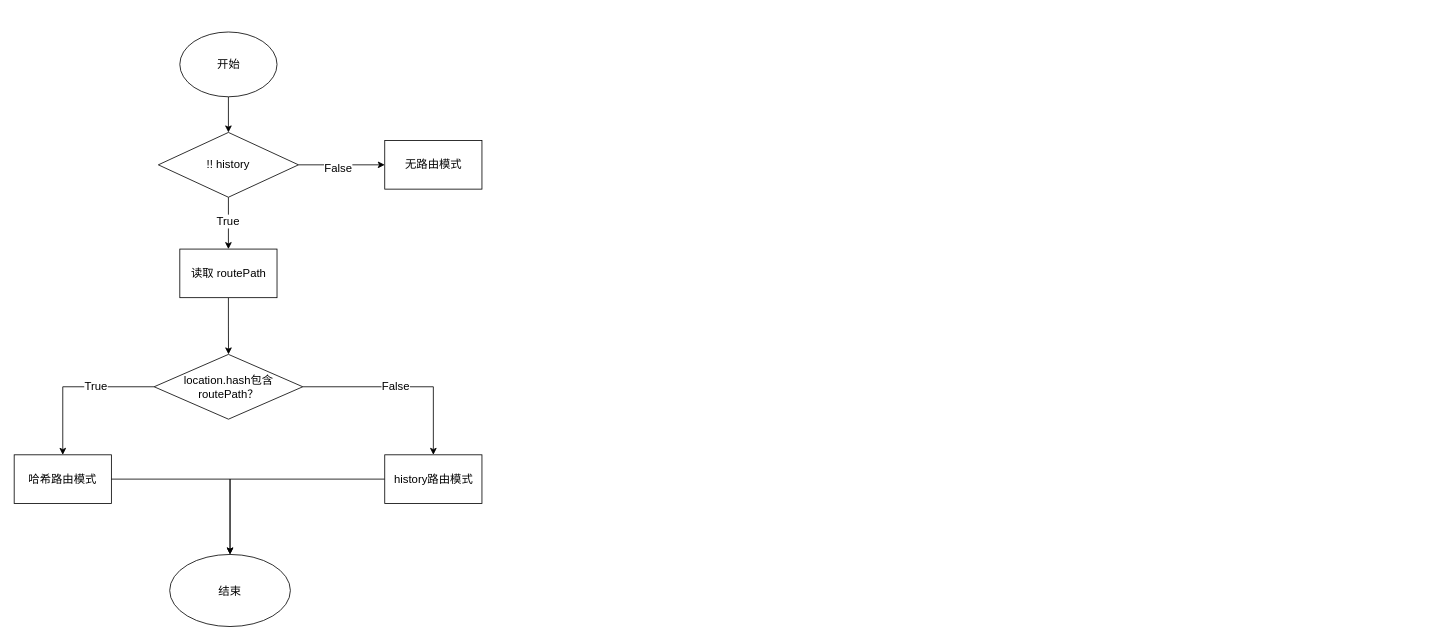
Earlier version of the draw.io diagram URL Manipulation.drawio (Zsynuting/diagram). Source tidied: cells renumbered, new cells numbered last; positions are measured from the earlier drawing's top-left corner, leaving out a move shared by most shapes. Both pictures are drawn from the tidied source at 81%, with x=0, y=0 at pixel (14, 32).
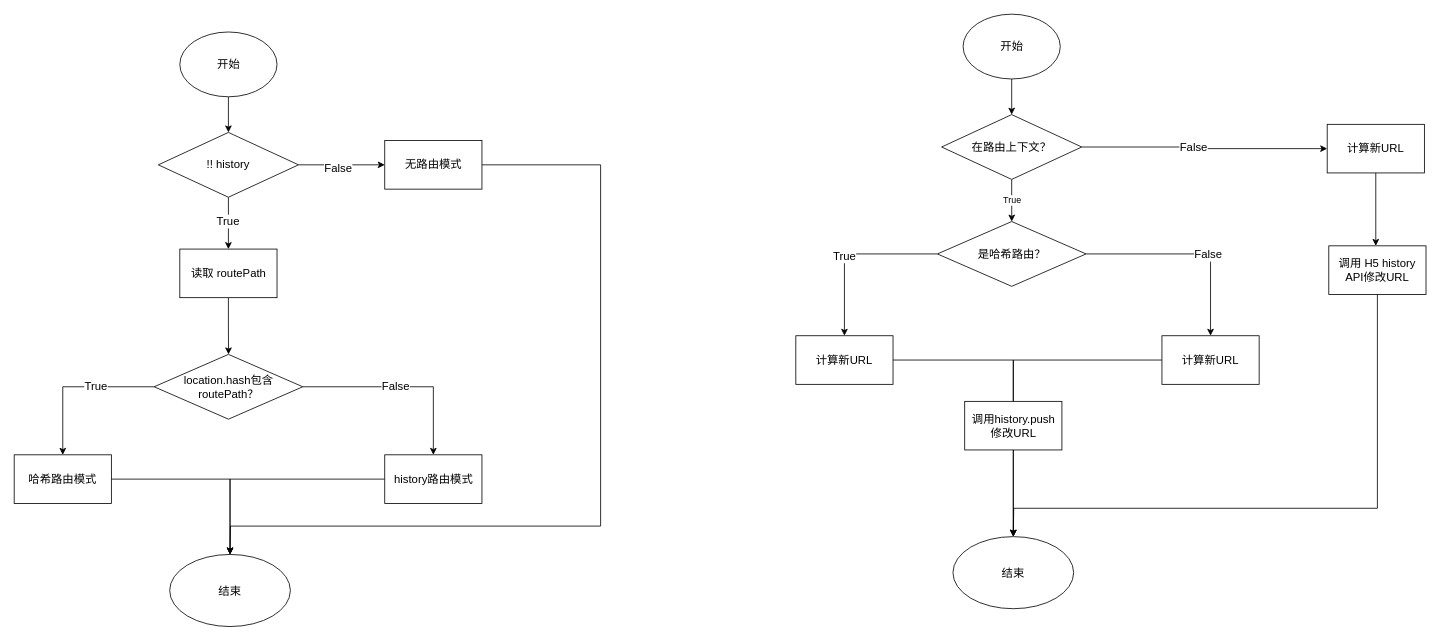
After the change.

Unchanged cells that the change refers to:
```xml
<mxCell id="11" value="无路由模式" style="whiteSpace=wrap;html=1;fontSize=14;labelBorderColor=none;" parent="1" vertex="1">
  <mxGeometry x="457.5" y="134" width="120" height="60" as="geometry" />
</mxCell>
<mxCell id="21" value="结束" style="ellipse;whiteSpace=wrap;html=1;fontSize=14;labelBorderColor=none;" parent="1" vertex="1">
  <mxGeometry x="192" y="645" width="149" height="89" as="geometry" />
</mxCell>
```

The edit, as a diff of the source:
```diff
@@
+    <mxCell id="22" style="edgeStyle=orthogonalEdgeStyle;rounded=0;jettySize=auto;html=1;" parent="1" edge="1" source="11" target="21">
+      <mxGeometry relative="1" as="geometry">
+        <Array as="points">
+          <mxPoint x="724" y="164" />
+          <mxPoint x="724" y="610" />
+          <mxPoint x="267" y="610" />
+        </Array>
+      </mxGeometry>
+    </mxCell>
@@
+    <mxCell id="23" style="edgeStyle=orthogonalEdgeStyle;rounded=0;jettySize=auto;html=1;fontSize=14;labelBorderColor=none;" parent="1" edge="1" source="24" target="28">
+      <mxGeometry relative="1" as="geometry" />
+    </mxCell>
+    <mxCell id="24" value="开始" style="ellipse;whiteSpace=wrap;html=1;fontSize=14;labelBorderColor=none;" parent="1" vertex="1">
+      <mxGeometry x="1171.5" y="-22" width="120" height="80" as="geometry" />
+    </mxCell>
+    <mxCell id="25" style="edgeStyle=orthogonalEdgeStyle;rounded=0;jettySize=auto;html=1;fontSize=14;labelBorderColor=none;" parent="1" edge="1" source="28" target="30">
+      <mxGeometry relative="1" as="geometry" />
+    </mxCell>
+    <mxCell id="26" value="False" style="edgeLabel;html=1;align=center;verticalAlign=middle;fontSize=14;labelBorderColor=none;" parent="25" vertex="1">
+      <mxGeometry x="-0.1" y="-3" relative="1" as="geometry">
+        <mxPoint y="-3" as="offset" />
+      </mxGeometry>
+    </mxCell>
+    <mxCell id="27" value="True" style="edgeStyle=orthogonalEdgeStyle;rounded=0;jettySize=auto;html=1;" parent="1" edge="1" source="28" target="35">
+      <mxGeometry relative="1" as="geometry" />
+    </mxCell>
+    <mxCell id="28" value="在路由上下文？" style="rhombus;whiteSpace=wrap;html=1;fontSize=14;labelBorderColor=none;" parent="1" vertex="1">
+      <mxGeometry x="1145" y="102" width="173" height="80" as="geometry" />
+    </mxCell>
+    <mxCell id="29" style="edgeStyle=orthogonalEdgeStyle;rounded=0;jettySize=auto;html=1;" parent="1" edge="1" source="42" target="40">
+      <mxGeometry relative="1" as="geometry">
+        <Array as="points">
+          <mxPoint x="1683" y="588" />
+          <mxPoint x="1234" y="588" />
+        </Array>
+      </mxGeometry>
+    </mxCell>
+    <mxCell id="30" value="计算新URL" style="whiteSpace=wrap;html=1;fontSize=14;labelBorderColor=none;" parent="1" vertex="1">
+      <mxGeometry x="1621" y="114" width="120" height="60" as="geometry" />
+    </mxCell>
+    <mxCell id="31" style="edgeStyle=orthogonalEdgeStyle;rounded=0;jettySize=auto;html=1;fontSize=14;labelBorderColor=none;" parent="1" edge="1" source="35" target="37">
+      <mxGeometry relative="1" as="geometry" />
+    </mxCell>
+    <mxCell id="32" value="True" style="edgeLabel;html=1;align=center;verticalAlign=middle;fontSize=14;labelBorderColor=none;" parent="31" vertex="1">
+      <mxGeometry x="-0.27" y="-2" relative="1" as="geometry">
+        <mxPoint x="-36" y="4" as="offset" />
+      </mxGeometry>
+    </mxCell>
+    <mxCell id="33" style="edgeStyle=orthogonalEdgeStyle;rounded=0;jettySize=auto;html=1;fontSize=14;labelBorderColor=none;" parent="1" edge="1" source="35" target="39">
+      <mxGeometry relative="1" as="geometry" />
+    </mxCell>
+    <mxCell id="34" value="False" style="edgeLabel;html=1;align=center;verticalAlign=middle;fontSize=14;labelBorderColor=none;" parent="33" vertex="1">
+      <mxGeometry x="-0.07" y="2" relative="1" as="geometry">
+        <mxPoint x="32" y="2" as="offset" />
+      </mxGeometry>
+    </mxCell>
+    <mxCell id="35" value="是哈希路由？" style="rhombus;whiteSpace=wrap;html=1;fontSize=14;labelBorderColor=none;" parent="1" vertex="1">
+      <mxGeometry x="1139.8" y="234" width="183.5" height="80" as="geometry" />
+    </mxCell>
+    <mxCell id="36" style="edgeStyle=orthogonalEdgeStyle;rounded=0;jettySize=auto;html=1;fontSize=14;labelBorderColor=none;" parent="1" edge="1" source="37" target="40">
+      <mxGeometry relative="1" as="geometry" />
+    </mxCell>
+    <mxCell id="37" value="计算新URL" style="whiteSpace=wrap;html=1;fontSize=14;labelBorderColor=none;" parent="1" vertex="1">
+      <mxGeometry x="965" y="375" width="120" height="60" as="geometry" />
+    </mxCell>
+    <mxCell id="38" style="edgeStyle=orthogonalEdgeStyle;rounded=0;jettySize=auto;html=1;fontSize=14;labelBorderColor=none;" parent="1" edge="1" source="39" target="40">
+      <mxGeometry relative="1" as="geometry" />
+    </mxCell>
+    <mxCell id="39" value="计算新URL" style="whiteSpace=wrap;html=1;fontSize=14;labelBorderColor=none;" parent="1" vertex="1">
+      <mxGeometry x="1417" y="375" width="120" height="60" as="geometry" />
+    </mxCell>
+    <mxCell id="40" value="结束" style="ellipse;whiteSpace=wrap;html=1;fontSize=14;labelBorderColor=none;" parent="1" vertex="1">
+      <mxGeometry x="1159" y="623" width="149" height="89" as="geometry" />
+    </mxCell>
+    <mxCell id="41" style="edgeStyle=orthogonalEdgeStyle;rounded=0;jettySize=auto;html=1;" parent="1" edge="1" source="30" target="42">
+      <mxGeometry relative="1" as="geometry">
+        <Array as="points">
+          <mxPoint x="1691" y="142" />
+        </Array>
+      </mxGeometry>
+    </mxCell>
+    <mxCell id="42" value="调用 H5 history API修改URL" style="whiteSpace=wrap;html=1;fontSize=14;labelBorderColor=none;" parent="1" vertex="1">
+      <mxGeometry x="1623" y="264" width="120" height="60" as="geometry" />
+    </mxCell>
+    <mxCell id="43" value="调用history.push&lt;br&gt;修改URL" style="whiteSpace=wrap;html=1;fontSize=14;labelBorderColor=none;" parent="1" vertex="1">
+      <mxGeometry x="1173.5" y="456" width="120" height="60" as="geometry" />
+    </mxCell>
```
